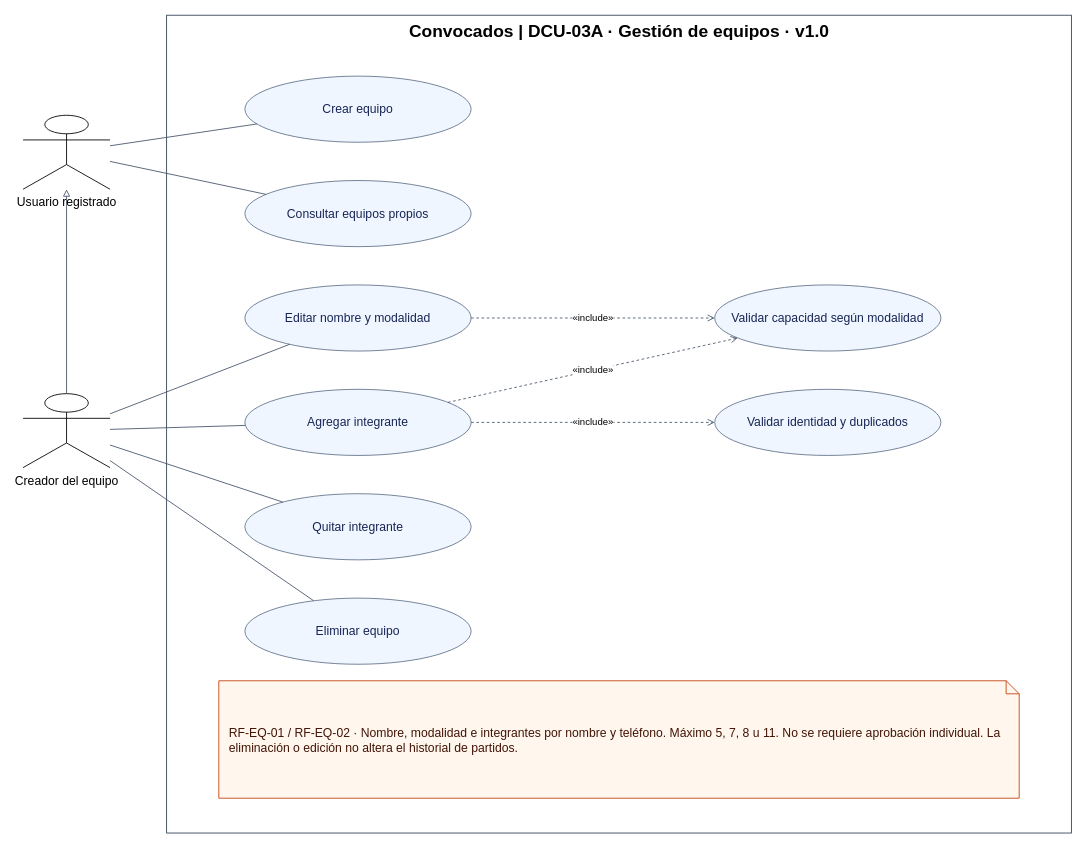
Earlier version of the draw.io diagram page "DCU-03A · Gestión de equipos" (1 of 2) of docs/02-diseno-funcional/casos-de-uso-equipos.drawio (alejovidela13/convocados). Source tidied: cells renumbered, new cells numbered last; positions are measured from the earlier drawing's top-left corner, leaving out a move shared by most shapes. Both pictures are drawn from the tidied source at 87%, with x=0, y=0 at pixel (23, 15).
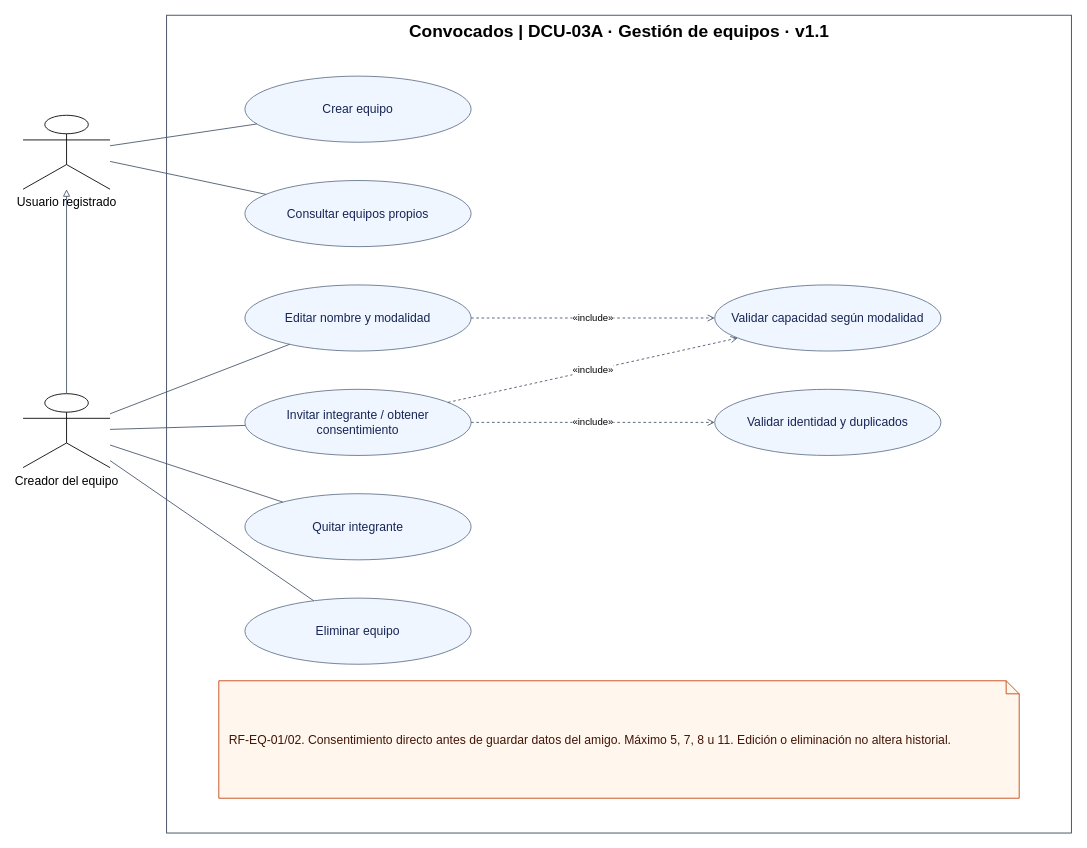
The same diagram, later.

What changed in the source:
```diff
@@
-    <mxCell id="2" value="Convocados | DCU-03A · Gestión de equipos · v1.0" style="rounded=0;html=1;verticalAlign=top;fontStyle=1;fontSize=20;fillColor=none;strokeColor=#334155;" parent="1" vertex="1">
+    <mxCell id="2" value="Convocados | DCU-03A · Gestión de equipos · v1.1" style="rounded=0;html=1;verticalAlign=top;fontStyle=1;fontSize=20;fillColor=none;strokeColor=#334155;" parent="1" vertex="1">
       <mxGeometry x="165" width="1040" height="940" as="geometry" />
     </mxCell>
@@
-    <mxCell id="8" value="Agregar integrante" style="ellipse;whiteSpace=wrap;html=1;fillColor=#eff6ff;strokeColor=#64748b;fontColor=#172554;fontSize=14;" parent="1" vertex="1">
+    <mxCell id="8" value="Invitar integrante / obtener consentimiento" style="ellipse;whiteSpace=wrap;html=1;fillColor=#eff6ff;strokeColor=#64748b;fontColor=#172554;fontSize=14;" parent="1" vertex="1">
       <mxGeometry x="255" y="430" width="260" height="76" as="geometry" />
     </mxCell>
@@
-    <mxCell id="23" value="RF-EQ-01 / RF-EQ-02 · Nombre, modalidad e integrantes por nombre y teléfono. Máximo 5, 7, 8 u 11. No se requiere aprobación individual. La eliminación o edición no altera el historial de partidos." style="shape=note;whiteSpace=wrap;html=1;size=15;fillColor=#fff7ed;strokeColor=#c2410c;fontColor=#431407;fontSize=14;align=left;spacing=12;" parent="1" vertex="1">
+    <mxCell id="23" value="RF-EQ-01/02. Consentimiento directo antes de guardar datos del amigo. Máximo 5, 7, 8 u 11. Edición o eliminación no altera historial." style="shape=note;whiteSpace=wrap;html=1;size=15;fillColor=#fff7ed;strokeColor=#c2410c;fontColor=#431407;fontSize=14;align=left;spacing=12;" parent="1" vertex="1">
       <mxGeometry x="225" y="765" width="920" height="135" as="geometry" />
     </mxCell>
```
